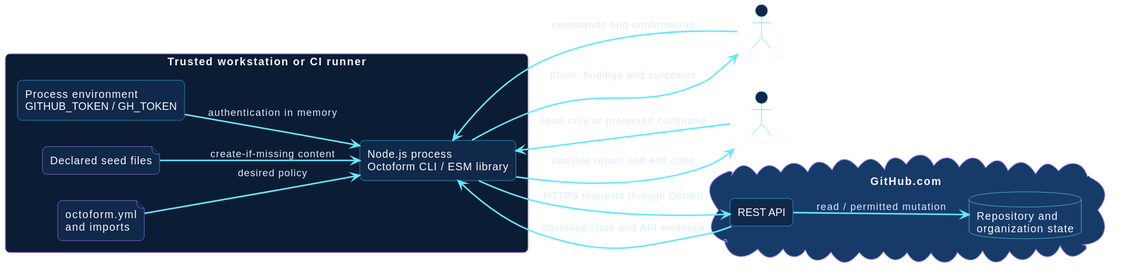
hector-ae21/octoform-docs keeps this PlantUML diagram as docs/assets/diagrams/container-view.svg. Above is the earlier version.
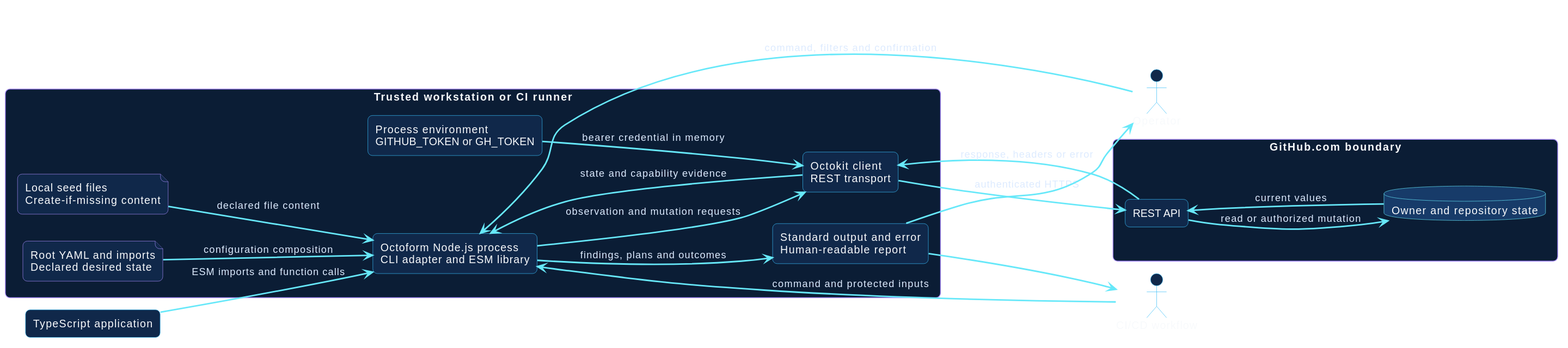
After the commit.

What changed in the source:
```diff
@@ -3,28 +3,36 @@
 left to right direction
 
 actor "Operator" as Operator
-actor "Automation" as Automation
+actor "CI/CD workflow" as Automation
+component "TypeScript application" as Consumer
 
-rectangle "Trusted workstation or CI runner" as Runtime {
-  component "Node.js process\nOctoform CLI / ESM library" as Octoform
-  file "octoform.yml\nand imports" as Config
-  file "Declared seed files" as Seeds
-  rectangle "Process environment\nGITHUB_TOKEN / GH_TOKEN" as Token
+package "Trusted workstation or CI runner" {
+  component "Octoform Node.js process\nCLI adapter and ESM library" as Process
+  component "Octokit client\nREST transport" as Octokit
+  file "Root YAML and imports\nDeclared desired state" as Config
+  file "Local seed files\nCreate-if-missing content" as Seeds
+  rectangle "Process environment\nGITHUB_TOKEN or GH_TOKEN" as Token
+  rectangle "Standard output and error\nHuman-readable report" as Console
 }
 
-cloud "GitHub.com" as GitHub {
+package "GitHub.com boundary" {
   component "REST API" as REST
-  database "Repository and\norganization state" as State
+  database "Owner and repository state" as State
 }
 
-Operator --> Octoform : commands and confirmation
-Automation --> Octoform : read-only or protected command
-Config --> Octoform : desired policy
-Seeds --> Octoform : create-if-missing content
-Token --> Octoform : authentication in memory
-Octoform --> REST : HTTPS requests through Octokit
-REST --> State : read / permitted mutation
-REST --> Octoform : observed state and API evidence
-Octoform --> Operator : plans, findings and outcomes
-Octoform --> Automation : console report and exit code
+Operator --> Process : command, filters and confirmation
+Automation --> Process : command and protected inputs
+Consumer --> Process : ESM imports and function calls
+Config --> Process : configuration composition
+Seeds --> Process : declared file content
+Token --> Octokit : bearer credential in memory
+Process --> Octokit : observation and mutation requests
+Octokit --> REST : authenticated HTTPS
+REST --> State : read or authorized mutation
+State --> REST : current values
+REST --> Octokit : response, headers or error
+Octokit --> Process : state and capability evidence
+Process --> Console : findings, plans and outcomes
+Console --> Operator
+Console --> Automation
 @enduml
```
